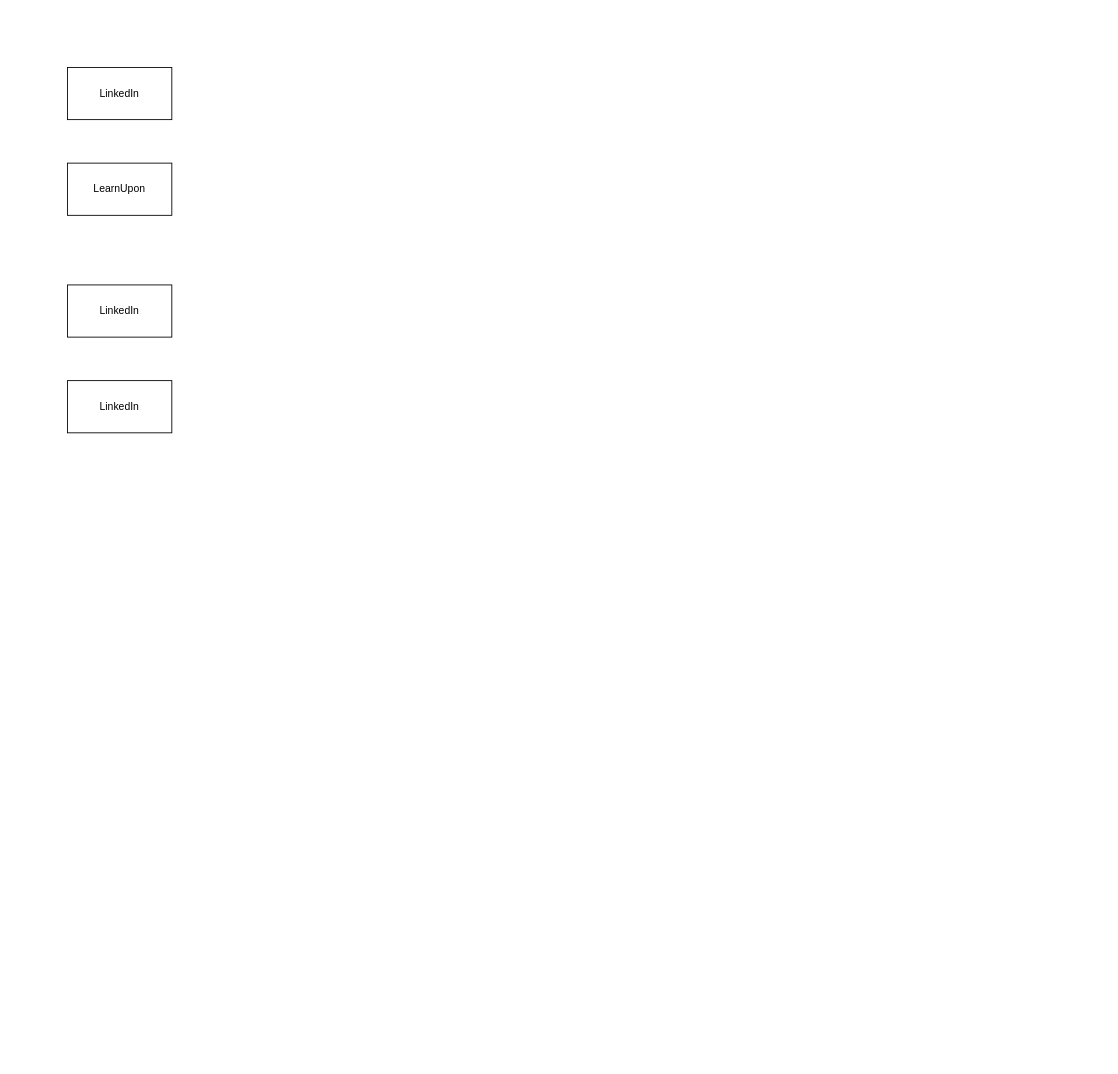
Earlier version of the draw.io diagram Untitled Diagram.drawio (mitcht/draw.io). Source tidied: cells renumbered, new cells numbered last; positions are measured from the earlier drawing's top-left corner, leaving out a move shared by most shapes. Both pictures are drawn from the tidied source at 87%, with x=0, y=0 at pixel (67, 67).
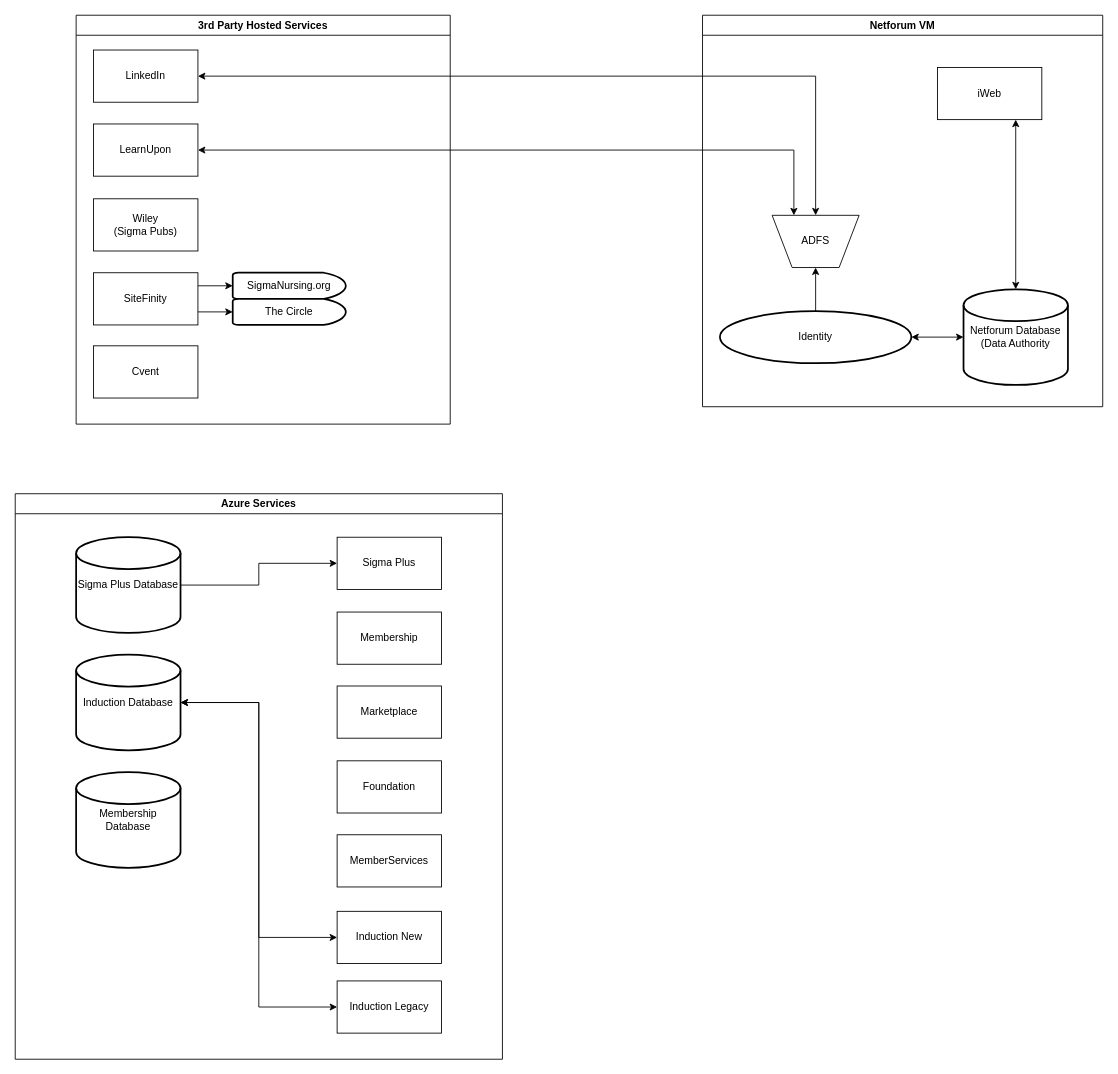
After the change.

Diff of the diagram source:
```diff
@@
-    <mxCell id="2" value="LinkedIn" style="rounded=0;whiteSpace=wrap;html=1;" parent="1" vertex="1">
-      <mxGeometry width="120" height="60" as="geometry" />
-    </mxCell>
+    <mxCell id="6" value="Netforum VM" style="swimlane;whiteSpace=wrap;html=1;" parent="1" vertex="1">
+      <mxGeometry x="730" y="-60" width="460" height="450" as="geometry" />
+    </mxCell>
+    <mxCell id="7" style="edgeStyle=orthogonalEdgeStyle;rounded=0;jettySize=auto;html=1;exitX=0.5;exitY=0;exitDx=0;exitDy=0;exitPerimeter=0;entryX=0.5;entryY=1;entryDx=0;entryDy=0;" parent="6" edge="1" source="8" target="9">
+      <mxGeometry relative="1" as="geometry" />
+    </mxCell>
+    <mxCell id="8" value="Identity" style="strokeWidth=2;html=1;shape=mxgraph.flowchart.start_1;whiteSpace=wrap;" parent="6" vertex="1">
+      <mxGeometry x="20" y="340" width="220" height="60" as="geometry" />
+    </mxCell>
+    <mxCell id="9" value="ADFS" style="verticalLabelPosition=middle;verticalAlign=middle;html=1;shape=trapezoid;perimeter=trapezoidPerimeter;whiteSpace=wrap;size=0.23;arcSize=10;flipV=1;labelPosition=center;align=center;" parent="6" vertex="1">
+      <mxGeometry x="80" y="230" width="100" height="60" as="geometry" />
+    </mxCell>
+    <mxCell id="10" style="edgeStyle=orthogonalEdgeStyle;rounded=0;jettySize=auto;html=1;exitX=0.75;exitY=1;exitDx=0;exitDy=0;startArrow=classic;startFill=1;" parent="6" edge="1" source="11" target="12">
+      <mxGeometry relative="1" as="geometry" />
+    </mxCell>
+    <mxCell id="11" value="iWeb" style="rounded=0;whiteSpace=wrap;html=1;" parent="6" vertex="1">
+      <mxGeometry x="270" y="60" width="120" height="60" as="geometry" />
+    </mxCell>
+    <mxCell id="12" value="Netforum Database (Data Authority" style="strokeWidth=2;html=1;shape=mxgraph.flowchart.database;whiteSpace=wrap;" parent="6" vertex="1">
+      <mxGeometry x="300" y="315" width="120" height="110" as="geometry" />
+    </mxCell>
+    <mxCell id="13" style="edgeStyle=orthogonalEdgeStyle;rounded=0;jettySize=auto;html=1;exitX=1;exitY=0.5;exitDx=0;exitDy=0;exitPerimeter=0;entryX=0;entryY=0.5;entryDx=0;entryDy=0;entryPerimeter=0;startArrow=classic;startFill=1;" parent="6" edge="1" source="8" target="12">
+      <mxGeometry relative="1" as="geometry" />
+    </mxCell>
+    <mxCell id="14" value="Azure Services" style="swimlane;whiteSpace=wrap;html=1;" parent="1" vertex="1">
+      <mxGeometry x="-60" y="490" width="560" height="650" as="geometry" />
+    </mxCell>
+    <mxCell id="15" value="Sigma Plus" style="rounded=0;whiteSpace=wrap;html=1;" parent="14" vertex="1">
+      <mxGeometry x="370" y="50" width="120" height="60" as="geometry" />
+    </mxCell>
+    <mxCell id="16" value="MemberServices" style="rounded=0;whiteSpace=wrap;html=1;" parent="14" vertex="1">
+      <mxGeometry x="370" y="392" width="120" height="60" as="geometry" />
+    </mxCell>
+    <mxCell id="17" value="Foundation" style="rounded=0;whiteSpace=wrap;html=1;" parent="14" vertex="1">
+      <mxGeometry x="370" y="307" width="120" height="60" as="geometry" />
+    </mxCell>
+    <mxCell id="18" value="Marketplace" style="rounded=0;whiteSpace=wrap;html=1;" parent="14" vertex="1">
+      <mxGeometry x="370" y="221" width="120" height="60" as="geometry" />
+    </mxCell>
+    <mxCell id="19" value="Membership" style="rounded=0;whiteSpace=wrap;html=1;" parent="14" vertex="1">
+      <mxGeometry x="370" y="136" width="120" height="60" as="geometry" />
+    </mxCell>
+    <mxCell id="20" value="Membership Database" style="strokeWidth=2;html=1;shape=mxgraph.flowchart.database;whiteSpace=wrap;" parent="14" vertex="1">
+      <mxGeometry x="70" y="320" width="120" height="110" as="geometry" />
+    </mxCell>
+    <mxCell id="21" style="edgeStyle=orthogonalEdgeStyle;rounded=0;jettySize=auto;html=1;exitX=1;exitY=0.5;exitDx=0;exitDy=0;exitPerimeter=0;entryX=0;entryY=0.5;entryDx=0;entryDy=0;startArrow=classic;startFill=1;" parent="14" edge="1" source="23" target="26">
+      <mxGeometry relative="1" as="geometry" />
+    </mxCell>
+    <mxCell id="22" style="edgeStyle=orthogonalEdgeStyle;rounded=0;jettySize=auto;html=1;exitX=1;exitY=0.5;exitDx=0;exitDy=0;exitPerimeter=0;entryX=0;entryY=0.5;entryDx=0;entryDy=0;startArrow=classic;startFill=1;" parent="14" edge="1" source="23" target="27">
+      <mxGeometry relative="1" as="geometry" />
+    </mxCell>
+    <mxCell id="23" value="Induction Database" style="strokeWidth=2;html=1;shape=mxgraph.flowchart.database;whiteSpace=wrap;" parent="14" vertex="1">
+      <mxGeometry x="70" y="185" width="120" height="110" as="geometry" />
+    </mxCell>
+    <mxCell id="24" style="edgeStyle=orthogonalEdgeStyle;rounded=0;jettySize=auto;html=1;exitX=1;exitY=0.5;exitDx=0;exitDy=0;exitPerimeter=0;entryX=0;entryY=0.5;entryDx=0;entryDy=0;" parent="14" edge="1" source="25" target="15">
+      <mxGeometry relative="1" as="geometry" />
+    </mxCell>
+    <mxCell id="25" value="Sigma Plus Database" style="strokeWidth=2;html=1;shape=mxgraph.flowchart.database;whiteSpace=wrap;" parent="14" vertex="1">
+      <mxGeometry x="70" y="50" width="120" height="110" as="geometry" />
+    </mxCell>
+    <mxCell id="26" value="Induction New" style="rounded=0;whiteSpace=wrap;html=1;" parent="14" vertex="1">
+      <mxGeometry x="370" y="480" width="120" height="60" as="geometry" />
+    </mxCell>
+    <mxCell id="27" value="Induction Legacy" style="rounded=0;whiteSpace=wrap;html=1;" parent="14" vertex="1">
+      <mxGeometry x="370" y="560" width="120" height="60" as="geometry" />
+    </mxCell>
+    <mxCell id="28" value="3rd Party Hosted Services" style="swimlane;whiteSpace=wrap;html=1;" parent="1" vertex="1">
+      <mxGeometry x="10" y="-60" width="430" height="470" as="geometry" />
+    </mxCell>
+    <mxCell id="29" value="LinkedIn" style="rounded=0;whiteSpace=wrap;html=1;" parent="28" vertex="1">
+      <mxGeometry x="20" y="40" width="120" height="60" as="geometry" />
+    </mxCell>
-    <mxCell id="3" value="LearnUpon" style="rounded=0;whiteSpace=wrap;html=1;" parent="1" vertex="1">
-      <mxGeometry y="110" width="120" height="60" as="geometry" />
+    <mxCell id="3" value="LearnUpon" style="rounded=0;whiteSpace=wrap;html=1;" parent="28" vertex="1">
+      <mxGeometry x="20" y="125" width="120" height="60" as="geometry" />
     </mxCell>
-    <mxCell id="4" value="LinkedIn" style="rounded=0;whiteSpace=wrap;html=1;" parent="1" vertex="1">
-      <mxGeometry y="360" width="120" height="60" as="geometry" />
-    </mxCell>
-    <mxCell id="5" value="LinkedIn" style="rounded=0;whiteSpace=wrap;html=1;" parent="1" vertex="1">
-      <mxGeometry y="250" width="120" height="60" as="geometry" />
-    </mxCell>
+    <mxCell id="30" value="Wiley&lt;br&gt;(Sigma Pubs)" style="rounded=0;whiteSpace=wrap;html=1;" parent="28" vertex="1">
+      <mxGeometry x="20" y="211" width="120" height="60" as="geometry" />
+    </mxCell>
+    <mxCell id="31" value="Cvent" style="rounded=0;whiteSpace=wrap;html=1;" parent="28" vertex="1">
+      <mxGeometry x="20" y="380" width="120" height="60" as="geometry" />
+    </mxCell>
+    <mxCell id="32" style="group;" parent="28" vertex="1">
+      <mxGeometry x="20" y="296" width="290" height="60" as="geometry" />
+    </mxCell>
+    <mxCell id="33" value="SiteFinity" style="rounded=0;whiteSpace=wrap;html=1;" parent="32" vertex="1">
+      <mxGeometry width="120" height="60" as="geometry" />
+    </mxCell>
+    <mxCell id="34" value="SigmaNursing.org" style="strokeWidth=2;html=1;shape=mxgraph.flowchart.delay;whiteSpace=wrap;" parent="32" vertex="1">
+      <mxGeometry x="160" width="130" height="30" as="geometry" />
+    </mxCell>
+    <mxCell id="35" value="The Circle" style="strokeWidth=2;html=1;shape=mxgraph.flowchart.delay;whiteSpace=wrap;" parent="32" vertex="1">
+      <mxGeometry x="160" y="30" width="130" height="30" as="geometry" />
+    </mxCell>
+    <mxCell id="36" style="edgeStyle=orthogonalEdgeStyle;rounded=0;jettySize=auto;html=1;exitX=1;exitY=0.25;exitDx=0;exitDy=0;entryX=0;entryY=0.5;entryDx=0;entryDy=0;entryPerimeter=0;" parent="32" edge="1" source="33" target="34">
+      <mxGeometry relative="1" as="geometry" />
+    </mxCell>
+    <mxCell id="37" style="edgeStyle=orthogonalEdgeStyle;rounded=0;jettySize=auto;html=1;exitX=1;exitY=0.75;exitDx=0;exitDy=0;entryX=0;entryY=0.5;entryDx=0;entryDy=0;entryPerimeter=0;" parent="32" edge="1" source="33" target="35">
+      <mxGeometry relative="1" as="geometry" />
+    </mxCell>
+    <mxCell id="38" style="edgeStyle=orthogonalEdgeStyle;rounded=0;jettySize=auto;html=1;exitX=0.25;exitY=0;exitDx=0;exitDy=0;entryX=1;entryY=0.5;entryDx=0;entryDy=0;startArrow=classic;startFill=1;" parent="1" edge="1" source="9" target="3">
+      <mxGeometry relative="1" as="geometry" />
+    </mxCell>
+    <mxCell id="39" style="edgeStyle=orthogonalEdgeStyle;rounded=0;jettySize=auto;html=1;exitX=1;exitY=0.5;exitDx=0;exitDy=0;entryX=0.5;entryY=0;entryDx=0;entryDy=0;startArrow=classic;startFill=1;" parent="1" edge="1" source="29" target="9">
+      <mxGeometry relative="1" as="geometry" />
+    </mxCell>
```
